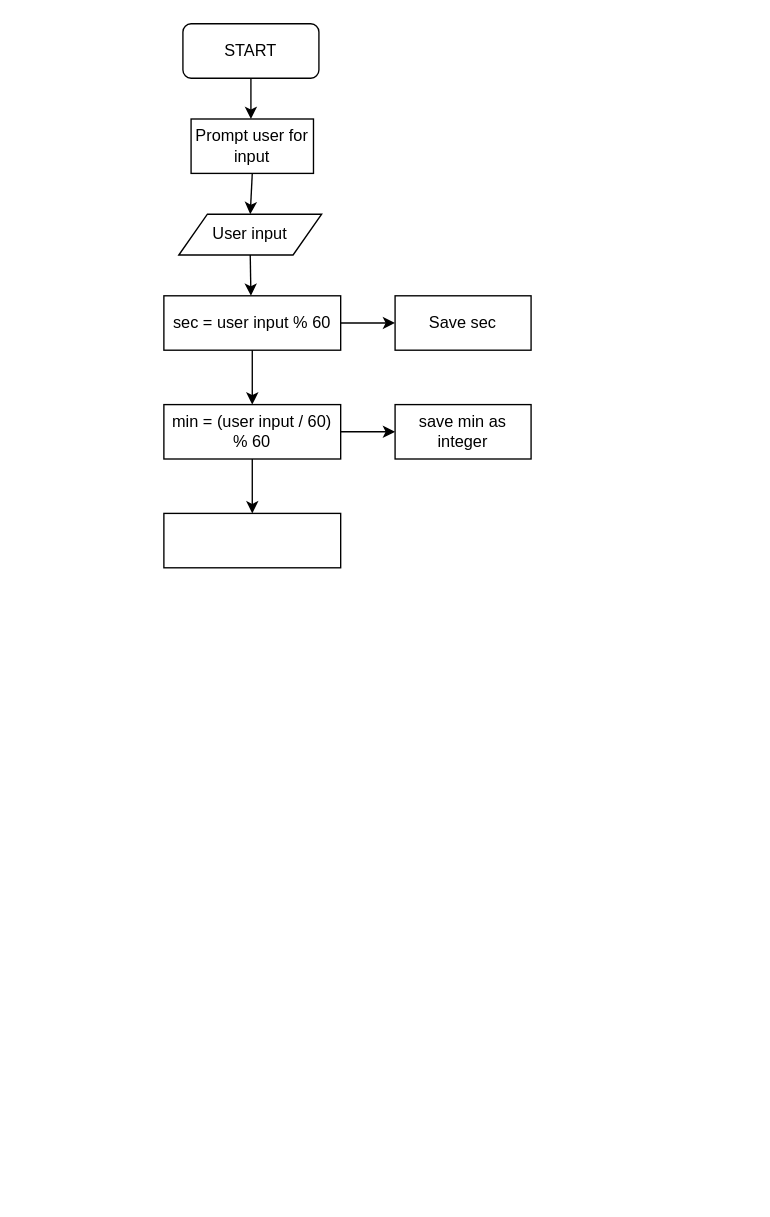
Before: Time.drawio in new-ea/CFLMS-ADS-DAY01-Ervin-ChrisG, a draw.io diagram. Source tidied: cells renumbered, new cells numbered last; positions are measured from the earlier drawing's top-left corner, leaving out a move shared by most shapes. Both pictures are drawn from the tidied source at 136%, with x=0, y=0 at pixel (163, 23).
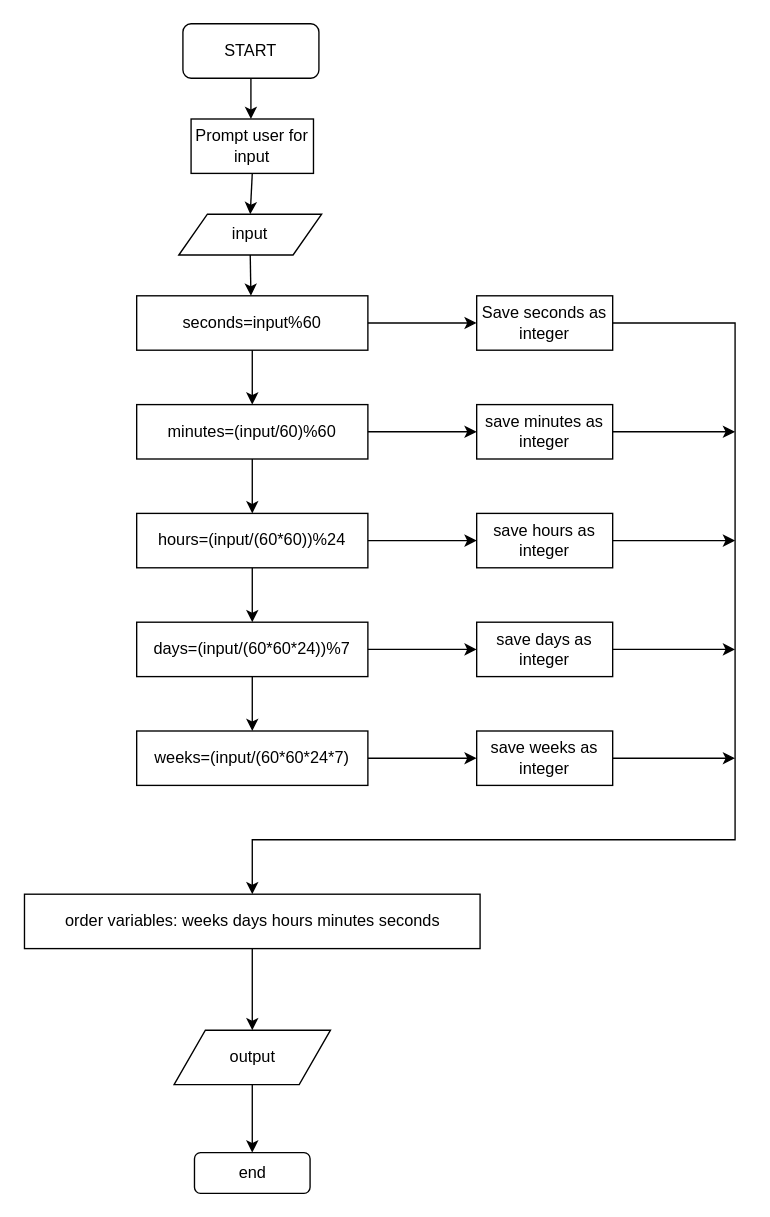
After the change.

Commit message (it also covers changes not shown here):
finished time

Change to the diagram source:
```diff
@@
-    <mxCell id="5" value="User input" style="shape=parallelogram;perimeter=parallelogramPerimeter;whiteSpace=wrap;html=1;" parent="1" vertex="1">
+    <mxCell id="5" value="input" style="shape=parallelogram;perimeter=parallelogramPerimeter;whiteSpace=wrap;html=1;" parent="1" vertex="1">
       <mxGeometry x="11" y="140" width="105" height="30" as="geometry" />
     </mxCell>
@@
-    <mxCell id="8" value="sec = user input % 60" style="rounded=0;whiteSpace=wrap;html=1;" parent="1" vertex="1">
-      <mxGeometry y="200" width="130" height="40" as="geometry" />
+    <mxCell id="8" value="seconds=input%60" style="rounded=0;whiteSpace=wrap;html=1;" parent="1" vertex="1">
+      <mxGeometry x="-20" y="200" width="170" height="40" as="geometry" />
     </mxCell>
-    <mxCell id="9" style="endArrow=classic;html=1;exitX=1;exitY=0.5;exitDx=0;exitDy=0;" parent="1" edge="1" source="8">
-      <mxGeometry relative="1" as="geometry">
-        <mxPoint x="170" y="220" as="targetPoint" />
-      </mxGeometry>
+    <mxCell id="9" style="endArrow=classic;html=1;exitX=1;exitY=0.5;exitDx=0;exitDy=0;entryX=0;entryY=0.5;entryDx=0;entryDy=0;" parent="1" edge="1" source="8" target="10">
+      <mxGeometry relative="1" as="geometry" />
     </mxCell>
+    <mxCell id="17" style="edgeStyle=orthogonalEdgeStyle;rounded=0;jettySize=auto;html=1;entryX=0.5;entryY=0;entryDx=0;entryDy=0;" parent="1" edge="1" source="10" target="33">
+      <mxGeometry relative="1" as="geometry">
+        <Array as="points">
+          <mxPoint x="420" y="220" />
+          <mxPoint x="420" y="600" />
+          <mxPoint x="65" y="600" />
+        </Array>
+      </mxGeometry>
+    </mxCell>
-    <mxCell id="10" value="Save sec" style="rounded=0;whiteSpace=wrap;html=1;" parent="1" vertex="1">
-      <mxGeometry x="170" y="200" width="100" height="40" as="geometry" />
+    <mxCell id="10" value="Save seconds as integer" style="rounded=0;whiteSpace=wrap;html=1;" parent="1" vertex="1">
+      <mxGeometry x="230" y="200" width="100" height="40" as="geometry" />
     </mxCell>
-    <mxCell id="11" style="endArrow=classic;html=1;exitX=0.5;exitY=1;exitDx=0;exitDy=0;" parent="1" edge="1" source="8">
-      <mxGeometry relative="1" as="geometry">
-        <mxPoint x="65" y="280" as="targetPoint" />
-      </mxGeometry>
+    <mxCell id="11" style="endArrow=classic;html=1;exitX=0.5;exitY=1;exitDx=0;exitDy=0;entryX=0.5;entryY=0;entryDx=0;entryDy=0;" parent="1" edge="1" source="8" target="12">
+      <mxGeometry relative="1" as="geometry" />
     </mxCell>
-    <mxCell id="12" value="min = (user input / 60) % 60" style="rounded=0;whiteSpace=wrap;html=1;" parent="1" vertex="1">
-      <mxGeometry y="280" width="130" height="40" as="geometry" />
+    <mxCell id="12" value="minutes=(input/60)%60" style="rounded=0;whiteSpace=wrap;html=1;" parent="1" vertex="1">
+      <mxGeometry x="-20" y="280" width="170" height="40" as="geometry" />
     </mxCell>
-    <mxCell id="13" style="endArrow=classic;html=1;exitX=1;exitY=0.5;exitDx=0;exitDy=0;" parent="1" edge="1" source="12">
-      <mxGeometry relative="1" as="geometry">
-        <mxPoint x="170" y="300" as="targetPoint" />
-      </mxGeometry>
+    <mxCell id="13" style="endArrow=classic;html=1;exitX=1;exitY=0.5;exitDx=0;exitDy=0;entryX=0;entryY=0.5;entryDx=0;entryDy=0;" parent="1" edge="1" source="12" target="14">
+      <mxGeometry relative="1" as="geometry" />
     </mxCell>
+    <mxCell id="18" style="edgeStyle=orthogonalEdgeStyle;rounded=0;jettySize=auto;html=1;exitX=1;exitY=0.5;exitDx=0;exitDy=0;" parent="1" edge="1" source="14">
+      <mxGeometry relative="1" as="geometry">
+        <mxPoint x="420" y="300" as="targetPoint" />
+      </mxGeometry>
+    </mxCell>
-    <mxCell id="14" value="save min as integer" style="rounded=0;whiteSpace=wrap;html=1;" parent="1" vertex="1">
-      <mxGeometry x="170" y="280" width="100" height="40" as="geometry" />
+    <mxCell id="14" value="save minutes as integer" style="rounded=0;whiteSpace=wrap;html=1;" parent="1" vertex="1">
+      <mxGeometry x="230" y="280" width="100" height="40" as="geometry" />
     </mxCell>
-    <mxCell id="15" style="endArrow=classic;html=1;exitX=0.5;exitY=1;exitDx=0;exitDy=0;" parent="1" edge="1" source="12">
-      <mxGeometry relative="1" as="geometry">
-        <mxPoint x="65" y="360" as="targetPoint" />
-      </mxGeometry>
+    <mxCell id="15" style="endArrow=classic;html=1;exitX=0.5;exitY=1;exitDx=0;exitDy=0;entryX=0.5;entryY=0;entryDx=0;entryDy=0;" parent="1" edge="1" source="12" target="16">
+      <mxGeometry relative="1" as="geometry" />
     </mxCell>
+    <mxCell id="19" style="edgeStyle=orthogonalEdgeStyle;rounded=0;jettySize=auto;html=1;exitX=0.5;exitY=1;exitDx=0;exitDy=0;" parent="1" edge="1" source="16" target="23">
+      <mxGeometry relative="1" as="geometry" />
+    </mxCell>
+    <mxCell id="20" style="edgeStyle=orthogonalEdgeStyle;rounded=0;jettySize=auto;html=1;exitX=1;exitY=0.5;exitDx=0;exitDy=0;entryX=0;entryY=0.5;entryDx=0;entryDy=0;" parent="1" edge="1" source="16" target="27">
+      <mxGeometry relative="1" as="geometry" />
+    </mxCell>
-    <mxCell id="16" style="rounded=0;whiteSpace=wrap;html=1;" parent="1" vertex="1">
-      <mxGeometry y="360" width="130" height="40" as="geometry" />
+    <mxCell id="16" value="hours=(input/(60*60))%24" style="rounded=0;whiteSpace=wrap;html=1;" parent="1" vertex="1">
+      <mxGeometry x="-20" y="360" width="170" height="40" as="geometry" />
     </mxCell>
+    <mxCell id="21" style="edgeStyle=orthogonalEdgeStyle;rounded=0;jettySize=auto;html=1;entryX=0.5;entryY=0;entryDx=0;entryDy=0;" parent="1" edge="1" source="23" target="25">
+      <mxGeometry relative="1" as="geometry" />
+    </mxCell>
+    <mxCell id="22" style="edgeStyle=orthogonalEdgeStyle;rounded=0;jettySize=auto;html=1;exitX=1;exitY=0.5;exitDx=0;exitDy=0;entryX=0;entryY=0.5;entryDx=0;entryDy=0;" parent="1" edge="1" source="23" target="29">
+      <mxGeometry relative="1" as="geometry" />
+    </mxCell>
+    <mxCell id="23" value="days=(input/(60*60*24))%7" style="rounded=0;whiteSpace=wrap;html=1;" parent="1" vertex="1">
+      <mxGeometry x="-20" y="440" width="170" height="40" as="geometry" />
+    </mxCell>
+    <mxCell id="24" style="edgeStyle=orthogonalEdgeStyle;rounded=0;jettySize=auto;html=1;exitX=1;exitY=0.5;exitDx=0;exitDy=0;" parent="1" edge="1" source="25" target="31">
+      <mxGeometry relative="1" as="geometry" />
+    </mxCell>
+    <mxCell id="25" value="weeks=(input/(60*60*24*7)" style="rounded=0;whiteSpace=wrap;html=1;" parent="1" vertex="1">
+      <mxGeometry x="-20" y="520" width="170" height="40" as="geometry" />
+    </mxCell>
+    <mxCell id="26" style="edgeStyle=orthogonalEdgeStyle;rounded=0;jettySize=auto;html=1;exitX=1;exitY=0.5;exitDx=0;exitDy=0;" parent="1" edge="1" source="27">
+      <mxGeometry relative="1" as="geometry">
+        <mxPoint x="420" y="380" as="targetPoint" />
+      </mxGeometry>
+    </mxCell>
+    <mxCell id="27" value="save hours as integer" style="rounded=0;whiteSpace=wrap;html=1;" parent="1" vertex="1">
+      <mxGeometry x="230" y="360" width="100" height="40" as="geometry" />
+    </mxCell>
+    <mxCell id="28" style="edgeStyle=orthogonalEdgeStyle;rounded=0;jettySize=auto;html=1;exitX=1;exitY=0.5;exitDx=0;exitDy=0;" parent="1" edge="1" source="29">
+      <mxGeometry relative="1" as="geometry">
+        <mxPoint x="420" y="460" as="targetPoint" />
+      </mxGeometry>
+    </mxCell>
+    <mxCell id="29" value="save days as integer" style="rounded=0;whiteSpace=wrap;html=1;" parent="1" vertex="1">
+      <mxGeometry x="230" y="440" width="100" height="40" as="geometry" />
+    </mxCell>
+    <mxCell id="30" style="edgeStyle=orthogonalEdgeStyle;rounded=0;jettySize=auto;html=1;exitX=1;exitY=0.5;exitDx=0;exitDy=0;" parent="1" edge="1" source="31">
+      <mxGeometry relative="1" as="geometry">
+        <mxPoint x="420" y="540" as="targetPoint" />
+      </mxGeometry>
+    </mxCell>
+    <mxCell id="31" value="save weeks as integer" style="rounded=0;whiteSpace=wrap;html=1;" parent="1" vertex="1">
+      <mxGeometry x="230" y="520" width="100" height="40" as="geometry" />
+    </mxCell>
+    <mxCell id="32" style="edgeStyle=orthogonalEdgeStyle;rounded=0;jettySize=auto;html=1;entryX=0.5;entryY=0;entryDx=0;entryDy=0;" parent="1" edge="1" source="33" target="35">
+      <mxGeometry relative="1" as="geometry" />
+    </mxCell>
+    <mxCell id="33" value="order variables: weeks days hours minutes seconds" style="rounded=0;whiteSpace=wrap;html=1;" parent="1" vertex="1">
+      <mxGeometry x="-102.5" y="640" width="335" height="40" as="geometry" />
+    </mxCell>
+    <mxCell id="34" style="edgeStyle=orthogonalEdgeStyle;rounded=0;jettySize=auto;html=1;exitX=0.5;exitY=1;exitDx=0;exitDy=0;entryX=0.5;entryY=0;entryDx=0;entryDy=0;" parent="1" edge="1" source="35" target="36">
+      <mxGeometry relative="1" as="geometry" />
+    </mxCell>
+    <mxCell id="35" value="output" style="shape=parallelogram;perimeter=parallelogramPerimeter;whiteSpace=wrap;html=1;" parent="1" vertex="1">
+      <mxGeometry x="7.5" y="740" width="115" height="40" as="geometry" />
+    </mxCell>
+    <mxCell id="36" value="end" style="rounded=1;whiteSpace=wrap;html=1;" parent="1" vertex="1">
+      <mxGeometry x="22.5" y="830" width="85" height="30" as="geometry" />
+    </mxCell>
```
